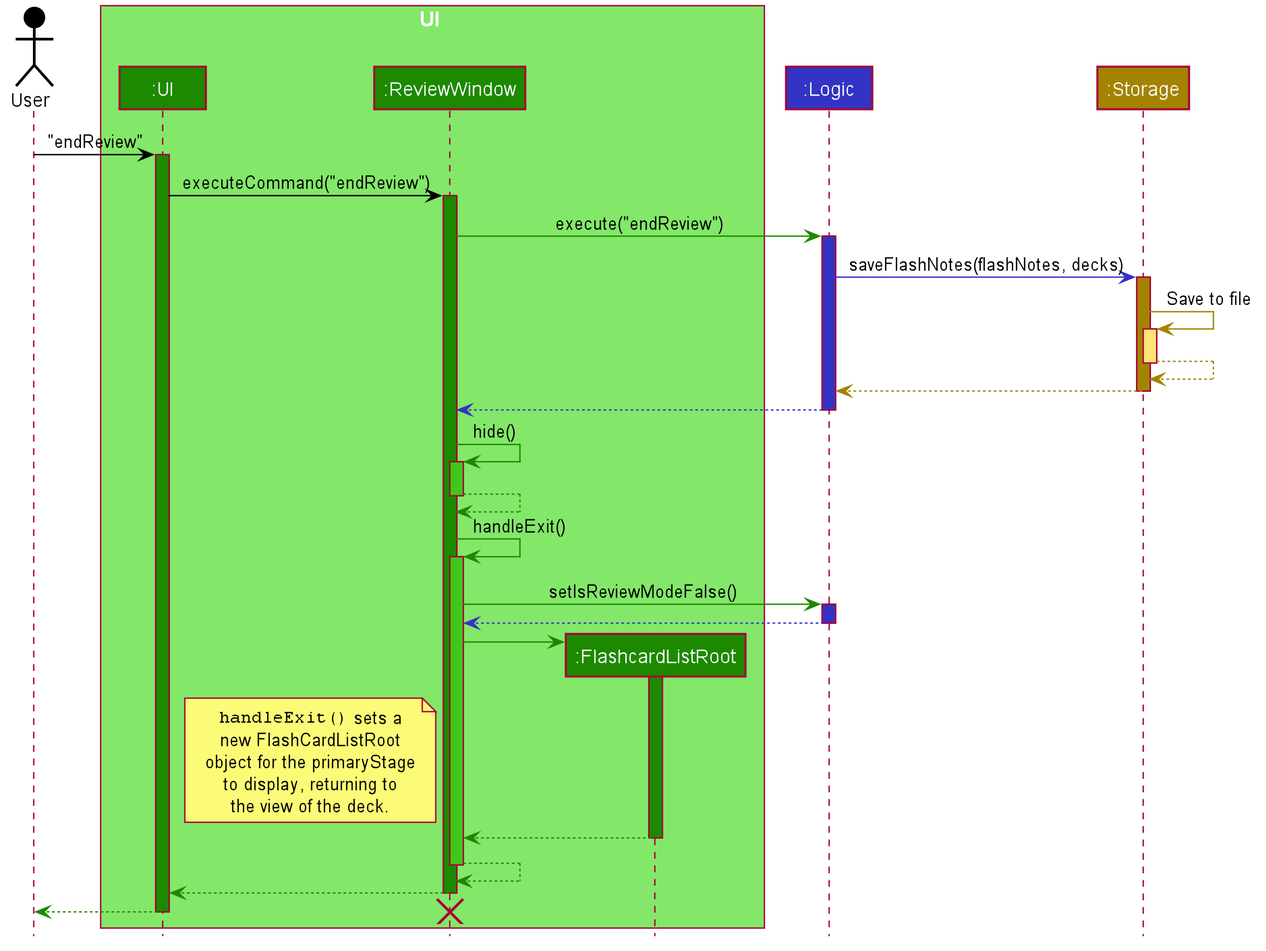
Earlier version of the PlantUML export docs/images/EndReviewSequenceDiagram.png (rachel170/tp).
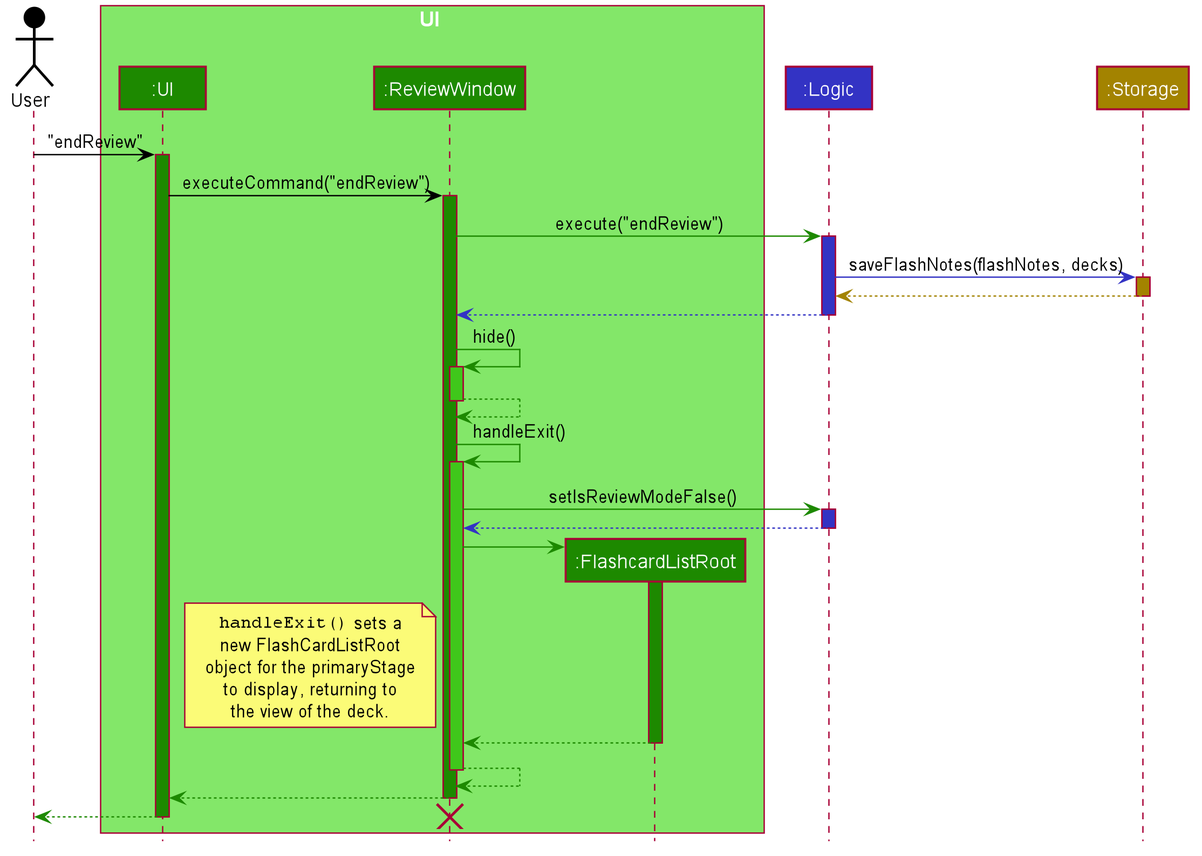
After the change.

Commit message:
Update sequence diagram

The edit, as a diff of the source:
```diff
@@ -69,10 +69,6 @@
 logic -[#3333C4]> storage : saveFlashNotes(flashNotes, decks)
 activate storage #A38300
 
-storage -[#A38300]> storage : Save to file
-activate storage #FFE374
-storage --[#A38300]> storage
-deactivate storage
 
 storage --[#A38300]> logic
 deactivate storage
```
